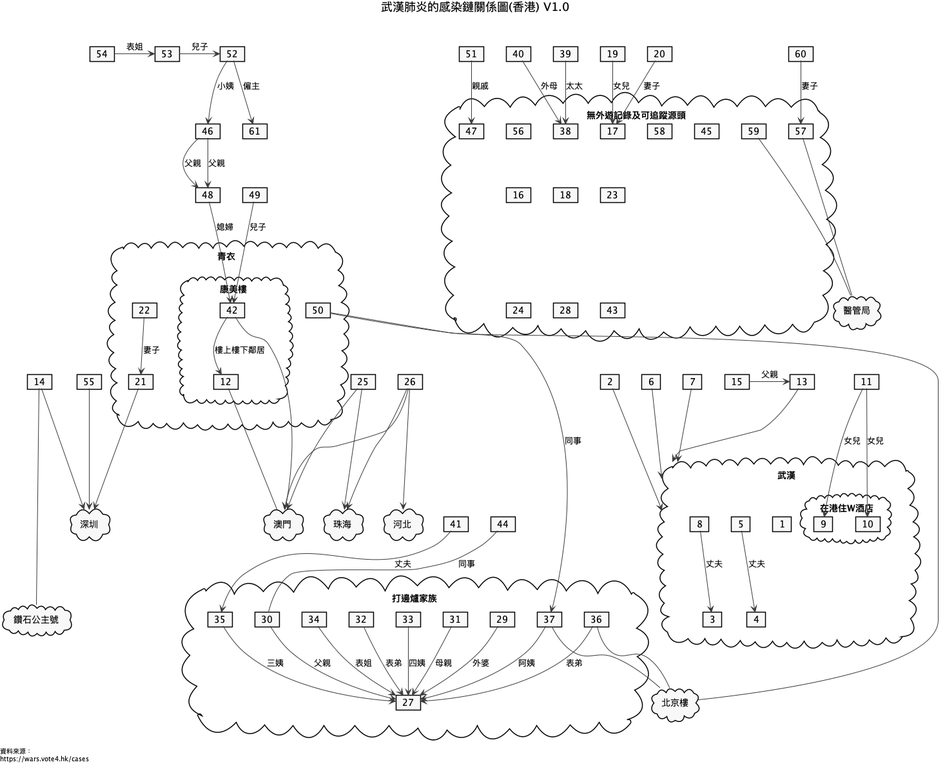
benlau/wuhan-virus-info keeps this PlantUML diagram as wuhan-virus-spread-hongkong.png. Above is the earlier version.
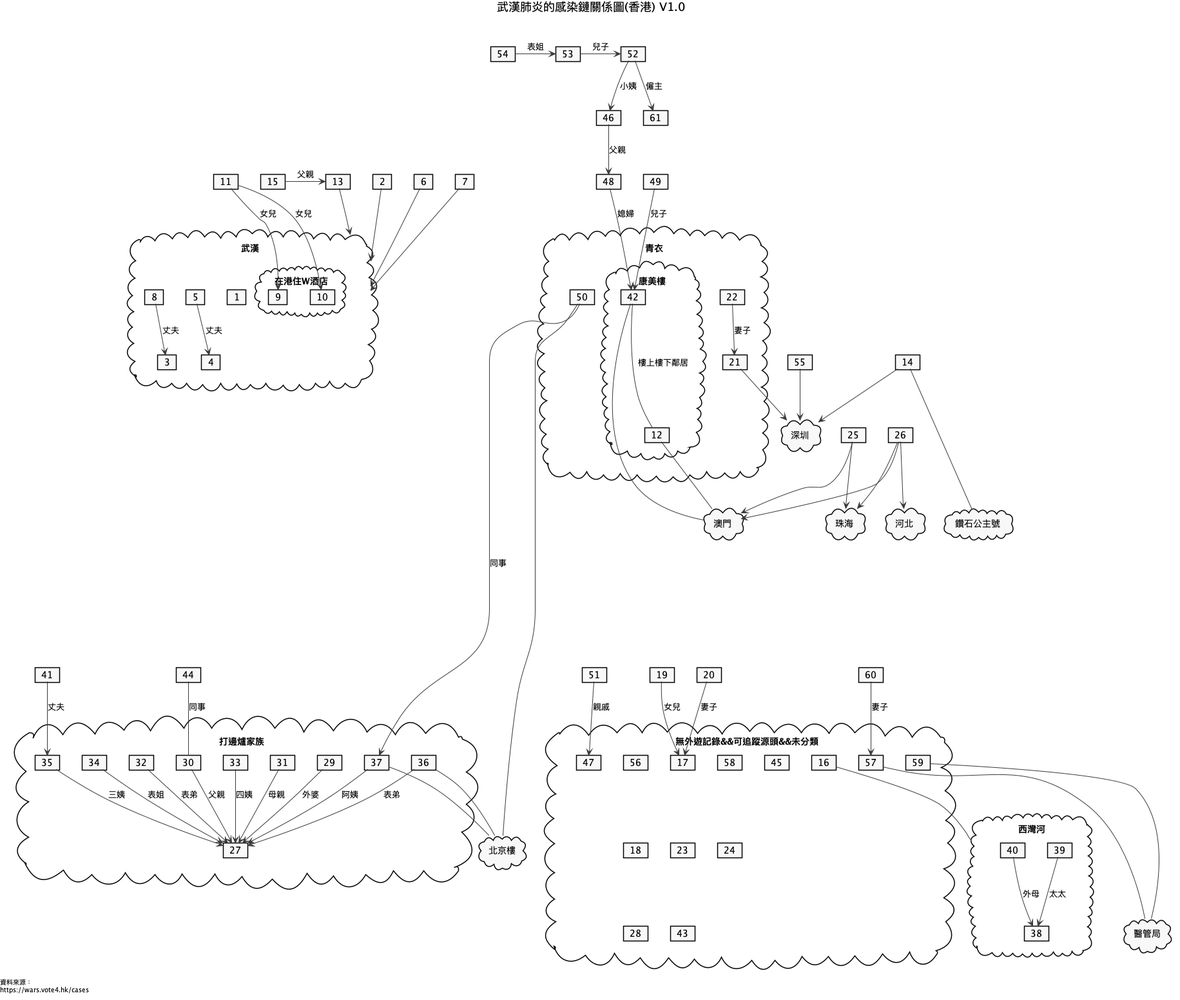
Above is the later version.

Diff of the diagram source:
```diff
@@ -34,12 +34,20 @@
   cloud "康美樓" as HongMei {
     card 42
     card 12
-    42 --> 12: 樓上樓下鄰居
+    42 --- 12: 樓上樓下鄰居
   }
   card 21
   card 22
   card 50
   22-->21: 妻子
+}
+
+cloud "西灣河" as SaiWanHo {
+  card 38
+  card 40
+  card 39
+  39 --> 38: 太太
+  40 --> 38: 外母
 }
 
 card 41
@@ -70,8 +78,7 @@
 card 51
 card 39
 
-cloud "無外遊記錄及可追蹤源頭" as NoRecord {
-  card 38
+cloud "無外遊記錄&&可追蹤源頭&&未分類" as NoRecord {
   card 56
   card 58
   card 45
@@ -81,13 +88,10 @@
   card 23
   card 24
   card 28
-  card 38
   card 43
   card 47
   card 59
   card 57
-  39 --> 38: 太太
-  40 --> 38: 外母
 }
 
 cloud "澳門" as Macau
@@ -135,8 +139,9 @@
 card 53
 card 55
 card 60
+
 49 --> 42: 兒子
-46 -> 48: 父親
+46 --> 48: 父親
 21 --> ShenZhen
 20 --> 17: 妻子
 19 --> 17: 女兒
@@ -151,7 +156,6 @@
 44 -- 30: 同事
 52 --> 61: 僱主
 52 --> 46: 小姨
-46 --> 48: 父親
 48 --> 42: 媳婦
 42 -- Macau
 12 -- Macau
@@ -172,10 +176,12 @@
 50 --- PekingRest
 37 -- PekingRest
 36 -- PekingRest
+16 -- SaiWanHo
 
 
-HongMei -[hidden]--- HotPotFamily
-Wuhan -[hidden]- HotPotFamily
+TsingYi -[hidden] Wuhan
+TsingYi -[hidden]------- NoRecord
+TsingYi -[hidden]------- HotPotFamily
 
 left footer
 資料來源：
```
